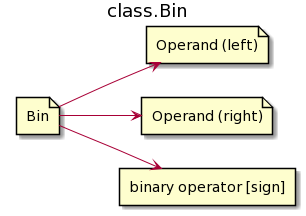
Above: img/classes/class.bin.png in AndreyBezverkhniy/KVM (PlantUML), before the change.
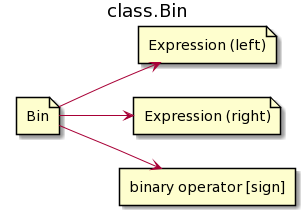
After the change.

What changed in the source:
```diff
@@ -3,8 +3,8 @@
 title class.Bin
 
 file Bin
-file "Operand (left)" as Operand1
-file "Operand (right)" as Operand2
+file "Expression (left)" as Operand1
+file "Expression (right)" as Operand2
 rectangle "binary operator [sign]" as Operator
 
 Bin-->Operand1
```
